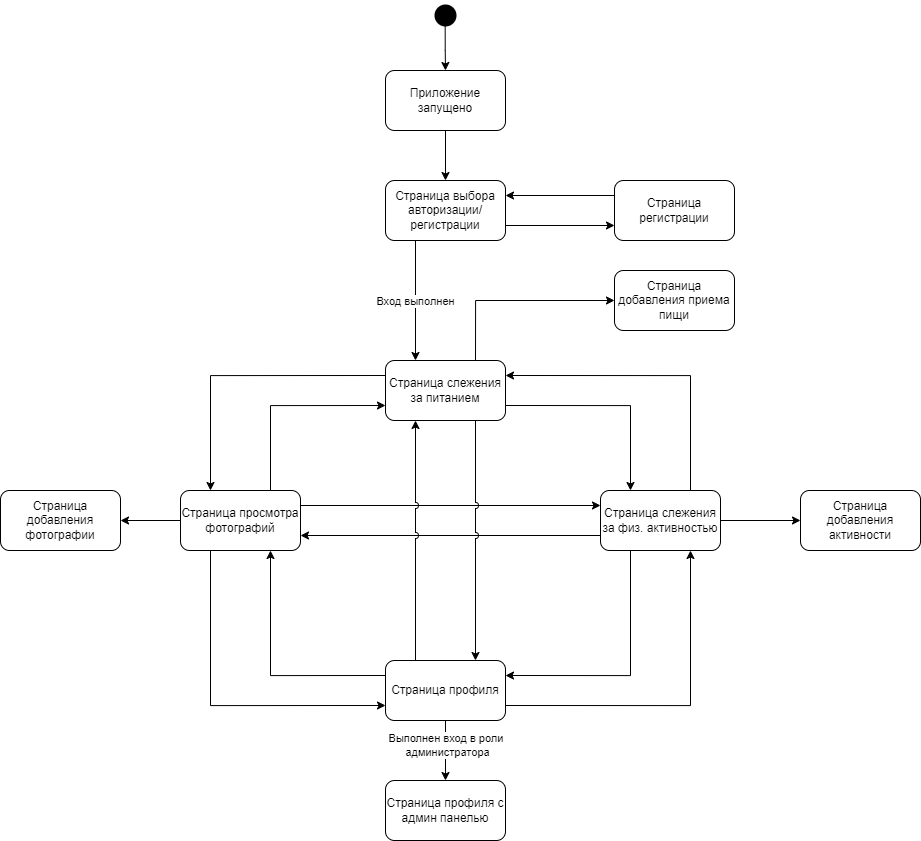
The draw.io diagram docs/diagrams/State_app.png in d-poluecktov/light-weight-app, before a commit. Source tidied: cells renumbered, new cells last; positions are measured from the earlier drawing's top-left corner, leaving out a move shared by most shapes. Source of this version:
```xml
<mxGraphModel>
  <root>
    <mxCell id="0" />
    <mxCell id="1" parent="0" />
    <mxCell id="2" style="edgeStyle=orthogonalEdgeStyle;rounded=0;jettySize=auto;html=1;exitX=0.489;exitY=0.833;exitDx=0;exitDy=0;entryX=0.5;entryY=0;entryDx=0;entryDy=0;exitPerimeter=0;" parent="1" edge="1" source="3" target="5">
      <mxGeometry relative="1" as="geometry" />
    </mxCell>
    <mxCell id="3" style="ellipse;html=1;shape=startState;fillColor=#000000;strokeColor=none;strokeWidth=0;" parent="1" vertex="1">
      <mxGeometry x="430" width="30" height="30" as="geometry" />
    </mxCell>
    <mxCell id="4" style="rounded=0;jettySize=auto;html=1;exitX=0.5;exitY=1;exitDx=0;exitDy=0;entryX=0.5;entryY=0;entryDx=0;entryDy=0;" parent="1" edge="1" source="5" target="9">
      <mxGeometry relative="1" as="geometry" />
    </mxCell>
    <mxCell id="5" value="Приложение запущено" style="rounded=1;whiteSpace=wrap;html=1;" parent="1" vertex="1">
      <mxGeometry x="385" y="70" width="120" height="60" as="geometry" />
    </mxCell>
    <mxCell id="6" style="rounded=0;jettySize=auto;html=1;exitX=0.25;exitY=1;exitDx=0;exitDy=0;entryX=0.25;entryY=0;entryDx=0;entryDy=0;" parent="1" edge="1" source="9" target="13">
      <mxGeometry relative="1" as="geometry" />
    </mxCell>
    <mxCell id="7" value="Вход выполнен" style="edgeLabel;html=1;align=center;verticalAlign=middle;" parent="6" vertex="1">
      <mxGeometry x="0.01" y="-1" relative="1" as="geometry" />
    </mxCell>
    <mxCell id="8" style="rounded=0;jettySize=auto;html=1;exitX=1;exitY=0.75;exitDx=0;exitDy=0;entryX=0;entryY=0.75;entryDx=0;entryDy=0;" parent="1" edge="1" source="9" target="15">
      <mxGeometry relative="1" as="geometry" />
    </mxCell>
    <mxCell id="9" value="Страница выбора авторизации/ регистрации" style="rounded=1;whiteSpace=wrap;html=1;" parent="1" vertex="1">
      <mxGeometry x="385" y="180" width="120" height="60" as="geometry" />
    </mxCell>
    <mxCell id="10" style="edgeStyle=orthogonalEdgeStyle;rounded=0;jettySize=auto;html=1;exitX=0;exitY=0.25;exitDx=0;exitDy=0;entryX=0.25;entryY=0;entryDx=0;entryDy=0;strokeColor=#000000;" parent="1" edge="1" source="13" target="25">
      <mxGeometry relative="1" as="geometry" />
    </mxCell>
    <mxCell id="11" style="edgeStyle=orthogonalEdgeStyle;rounded=0;jettySize=auto;html=1;exitX=1;exitY=0.75;exitDx=0;exitDy=0;entryX=0.25;entryY=0;entryDx=0;entryDy=0;strokeColor=#000000;" parent="1" edge="1" source="13" target="20">
      <mxGeometry relative="1" as="geometry" />
    </mxCell>
    <mxCell id="12" style="edgeStyle=orthogonalEdgeStyle;rounded=0;jettySize=auto;html=1;exitX=0.75;exitY=0;exitDx=0;exitDy=0;entryX=0;entryY=0.5;entryDx=0;entryDy=0;" parent="1" edge="1" source="13" target="36">
      <mxGeometry relative="1" as="geometry">
        <Array as="points">
          <mxPoint x="475" y="300" />
        </Array>
      </mxGeometry>
    </mxCell>
    <mxCell id="13" value="Страница слежения за питанием" style="rounded=1;whiteSpace=wrap;html=1;" parent="1" vertex="1">
      <mxGeometry x="385" y="360" width="120" height="60" as="geometry" />
    </mxCell>
    <mxCell id="14" style="rounded=0;jettySize=auto;html=1;exitX=0;exitY=0.25;exitDx=0;exitDy=0;entryX=1;entryY=0.25;entryDx=0;entryDy=0;" parent="1" edge="1" source="15" target="9">
      <mxGeometry relative="1" as="geometry" />
    </mxCell>
    <mxCell id="15" value="Страница регистрации" style="rounded=1;whiteSpace=wrap;html=1;" parent="1" vertex="1">
      <mxGeometry x="614" y="180" width="120" height="60" as="geometry" />
    </mxCell>
    <mxCell id="16" style="edgeStyle=orthogonalEdgeStyle;rounded=0;jettySize=auto;html=1;exitX=0.75;exitY=0;exitDx=0;exitDy=0;entryX=1;entryY=0.25;entryDx=0;entryDy=0;strokeColor=#000000;" parent="1" edge="1" source="20" target="13">
      <mxGeometry relative="1" as="geometry" />
    </mxCell>
    <mxCell id="17" style="edgeStyle=orthogonalEdgeStyle;rounded=0;jettySize=auto;html=1;exitX=0.25;exitY=1;exitDx=0;exitDy=0;entryX=1;entryY=0.25;entryDx=0;entryDy=0;strokeColor=#000000;" parent="1" edge="1" source="20" target="31">
      <mxGeometry relative="1" as="geometry" />
    </mxCell>
    <mxCell id="18" style="rounded=0;jettySize=auto;html=1;exitX=0;exitY=0.75;exitDx=0;exitDy=0;entryX=1;entryY=0.75;entryDx=0;entryDy=0;strokeColor=#000000;jumpStyle=arc;" parent="1" edge="1" source="20" target="25">
      <mxGeometry relative="1" as="geometry" />
    </mxCell>
    <mxCell id="19" style="rounded=0;jettySize=auto;html=1;exitX=1;exitY=0.5;exitDx=0;exitDy=0;entryX=0;entryY=0.5;entryDx=0;entryDy=0;" parent="1" edge="1" source="20" target="34">
      <mxGeometry relative="1" as="geometry" />
    </mxCell>
    <mxCell id="20" value="Страница слежения за физ. активностью" style="rounded=1;whiteSpace=wrap;html=1;" parent="1" vertex="1">
      <mxGeometry x="600" y="490" width="120" height="60" as="geometry" />
    </mxCell>
    <mxCell id="21" style="edgeStyle=orthogonalEdgeStyle;rounded=0;jettySize=auto;html=1;exitX=0.75;exitY=0;exitDx=0;exitDy=0;entryX=0;entryY=0.75;entryDx=0;entryDy=0;strokeColor=#000000;jumpStyle=none;" parent="1" edge="1" source="25" target="13">
      <mxGeometry relative="1" as="geometry" />
    </mxCell>
    <mxCell id="22" style="edgeStyle=orthogonalEdgeStyle;rounded=0;jettySize=auto;html=1;exitX=1;exitY=0.25;exitDx=0;exitDy=0;entryX=0;entryY=0.25;entryDx=0;entryDy=0;strokeColor=#000000;jumpStyle=arc;" parent="1" edge="1" source="25" target="20">
      <mxGeometry relative="1" as="geometry" />
    </mxCell>
    <mxCell id="23" style="edgeStyle=orthogonalEdgeStyle;rounded=0;jettySize=auto;html=1;exitX=0.25;exitY=1;exitDx=0;exitDy=0;entryX=0;entryY=0.75;entryDx=0;entryDy=0;strokeColor=#000000;" parent="1" edge="1" source="25" target="31">
      <mxGeometry relative="1" as="geometry" />
    </mxCell>
    <mxCell id="24" style="rounded=0;jettySize=auto;html=1;exitX=0;exitY=0.5;exitDx=0;exitDy=0;entryX=1;entryY=0.5;entryDx=0;entryDy=0;entryPerimeter=0;" parent="1" edge="1" source="25" target="35">
      <mxGeometry relative="1" as="geometry" />
    </mxCell>
    <mxCell id="25" value="Страница просмотра фотографий" style="rounded=1;whiteSpace=wrap;html=1;" parent="1" vertex="1">
      <mxGeometry x="180" y="490" width="120" height="60" as="geometry" />
    </mxCell>
    <mxCell id="26" style="edgeStyle=orthogonalEdgeStyle;rounded=0;jettySize=auto;html=1;exitX=0;exitY=0.25;exitDx=0;exitDy=0;entryX=0.75;entryY=1;entryDx=0;entryDy=0;strokeColor=#000000;" parent="1" edge="1" source="31" target="25">
      <mxGeometry relative="1" as="geometry" />
    </mxCell>
    <mxCell id="27" style="edgeStyle=orthogonalEdgeStyle;rounded=0;jettySize=auto;html=1;exitX=1;exitY=0.75;exitDx=0;exitDy=0;entryX=0.75;entryY=1;entryDx=0;entryDy=0;strokeColor=#000000;" parent="1" edge="1" source="31" target="20">
      <mxGeometry relative="1" as="geometry" />
    </mxCell>
    <mxCell id="28" style="edgeStyle=orthogonalEdgeStyle;rounded=0;jettySize=auto;html=1;exitX=0.25;exitY=0;exitDx=0;exitDy=0;entryX=0.25;entryY=1;entryDx=0;entryDy=0;strokeColor=#000000;jumpStyle=arc;" parent="1" edge="1" source="31" target="13">
      <mxGeometry relative="1" as="geometry" />
    </mxCell>
    <mxCell id="29" style="rounded=0;jettySize=auto;html=1;exitX=0.5;exitY=1;exitDx=0;exitDy=0;entryX=0.5;entryY=0;entryDx=0;entryDy=0;" parent="1" edge="1" source="31" target="33">
      <mxGeometry relative="1" as="geometry" />
    </mxCell>
    <mxCell id="30" value="Выполнен вход в роли&amp;nbsp;&lt;div&gt;администратора&lt;/div&gt;" style="edgeLabel;html=1;align=center;verticalAlign=middle;" parent="29" vertex="1">
      <mxGeometry x="-0.19" y="1" relative="1" as="geometry" />
    </mxCell>
    <mxCell id="31" value="Страница профиля" style="rounded=1;whiteSpace=wrap;html=1;" parent="1" vertex="1">
      <mxGeometry x="385" y="660" width="120" height="60" as="geometry" />
    </mxCell>
    <mxCell id="32" style="rounded=0;jettySize=auto;html=1;exitX=0.75;exitY=1;exitDx=0;exitDy=0;entryX=0.75;entryY=0;entryDx=0;entryDy=0;strokeColor=#000000;jumpStyle=arc;shadow=0;textShadow=0;" parent="1" edge="1" source="13" target="31">
      <mxGeometry relative="1" as="geometry" />
    </mxCell>
    <mxCell id="33" value="Страница профиля с админ панелью" style="rounded=1;whiteSpace=wrap;html=1;" parent="1" vertex="1">
      <mxGeometry x="385" y="780" width="120" height="60" as="geometry" />
    </mxCell>
    <mxCell id="34" value="Страница добавления активности" style="rounded=1;whiteSpace=wrap;html=1;" parent="1" vertex="1">
      <mxGeometry x="800" y="490" width="120" height="60" as="geometry" />
    </mxCell>
    <mxCell id="35" value="Страница добавления фотографии" style="rounded=1;whiteSpace=wrap;html=1;" parent="1" vertex="1">
      <mxGeometry y="490" width="120" height="60" as="geometry" />
    </mxCell>
    <mxCell id="36" value="Страница добавления приема пищи" style="rounded=1;whiteSpace=wrap;html=1;" parent="1" vertex="1">
      <mxGeometry x="614" y="270" width="120" height="60" as="geometry" />
    </mxCell>
  </root>
</mxGraphModel>
```
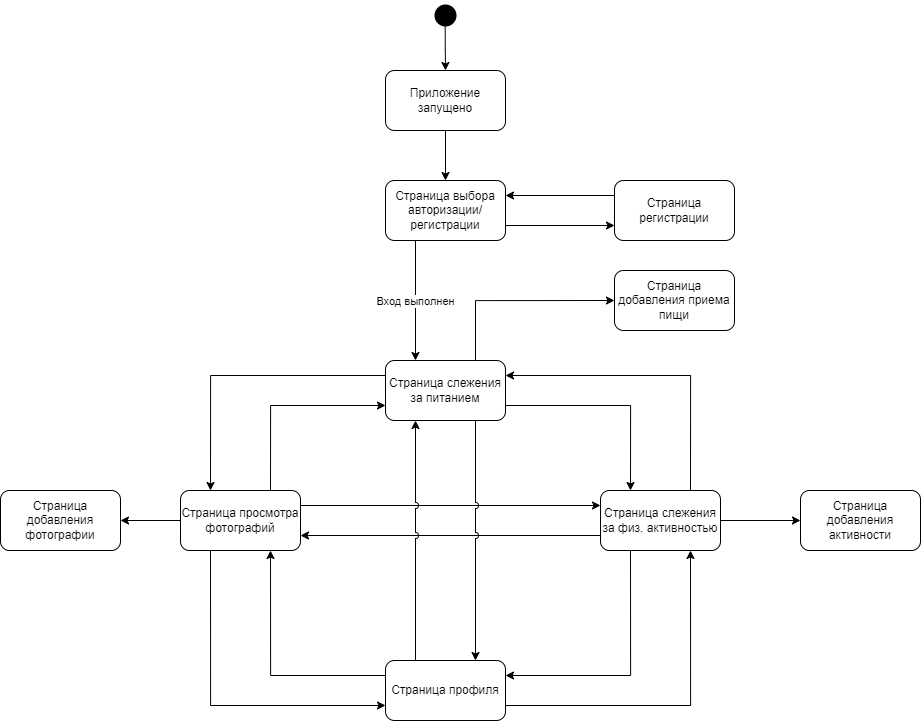
Above is the later version.

What changed in the source:
```diff
@@ -87,21 +87,12 @@
     <mxCell id="28" style="edgeStyle=orthogonalEdgeStyle;rounded=0;jettySize=auto;html=1;exitX=0.25;exitY=0;exitDx=0;exitDy=0;entryX=0.25;entryY=1;entryDx=0;entryDy=0;strokeColor=#000000;jumpStyle=arc;" parent="1" edge="1" source="31" target="13">
       <mxGeometry relative="1" as="geometry" />
     </mxCell>
-    <mxCell id="29" style="rounded=0;jettySize=auto;html=1;exitX=0.5;exitY=1;exitDx=0;exitDy=0;entryX=0.5;entryY=0;entryDx=0;entryDy=0;" parent="1" edge="1" source="31" target="33">
-      <mxGeometry relative="1" as="geometry" />
-    </mxCell>
-    <mxCell id="30" value="Выполнен вход в роли&amp;nbsp;&lt;div&gt;администратора&lt;/div&gt;" style="edgeLabel;html=1;align=center;verticalAlign=middle;" parent="29" vertex="1">
-      <mxGeometry x="-0.19" y="1" relative="1" as="geometry" />
-    </mxCell>
     <mxCell id="31" value="Страница профиля" style="rounded=1;whiteSpace=wrap;html=1;" parent="1" vertex="1">
       <mxGeometry x="385" y="660" width="120" height="60" as="geometry" />
     </mxCell>
     <mxCell id="32" style="rounded=0;jettySize=auto;html=1;exitX=0.75;exitY=1;exitDx=0;exitDy=0;entryX=0.75;entryY=0;entryDx=0;entryDy=0;strokeColor=#000000;jumpStyle=arc;shadow=0;textShadow=0;" parent="1" edge="1" source="13" target="31">
       <mxGeometry relative="1" as="geometry" />
     </mxCell>
-    <mxCell id="33" value="Страница профиля с админ панелью" style="rounded=1;whiteSpace=wrap;html=1;" parent="1" vertex="1">
-      <mxGeometry x="385" y="780" width="120" height="60" as="geometry" />
-    </mxCell>
     <mxCell id="34" value="Страница добавления активности" style="rounded=1;whiteSpace=wrap;html=1;" parent="1" vertex="1">
       <mxGeometry x="800" y="490" width="120" height="60" as="geometry" />
     </mxCell>
```
